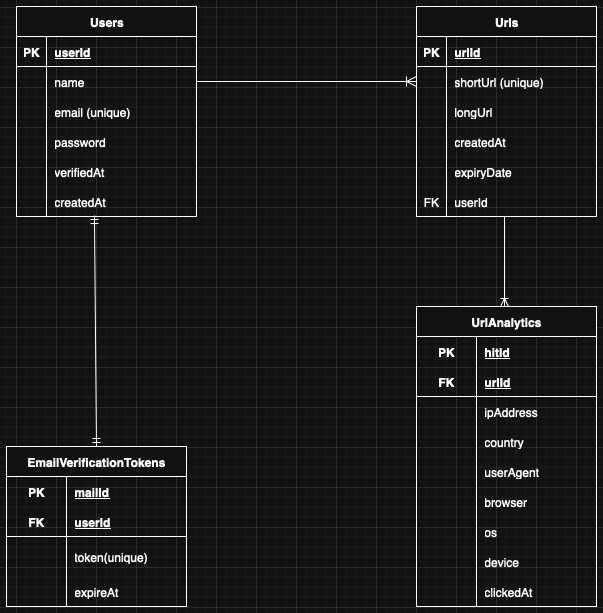
pagevamp/stuti-url-shortner keeps this draw.io diagram as docs/er.drawio.png. Above is the earlier version. Source tidied: cells renumbered, new cells last; positions are measured from the earlier drawing's top-left corner, leaving out a move shared by most shapes.
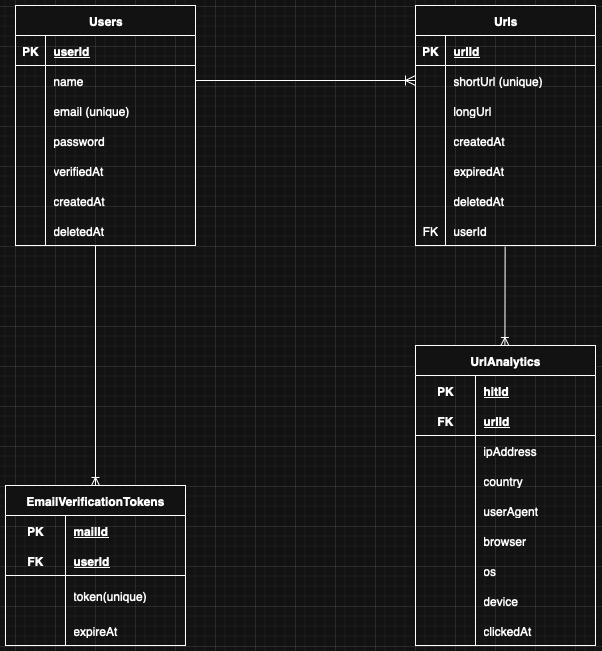
The same diagram one commit later.

Change to the diagram source:
```diff
@@ -3,7 +3,7 @@
     <mxCell id="0" />
     <mxCell id="1" parent="0" />
     <mxCell id="2" value="Users" style="shape=table;startSize=30;rowLines=0;fontStyle=1;align=center;html=1;" parent="1" vertex="1">
-      <mxGeometry x="10" width="180" height="210" as="geometry" />
+      <mxGeometry x="10" width="180" height="240" as="geometry" />
     </mxCell>
     <mxCell id="3" style="shape=tableRow;horizontal=0;startSize=0;swimlaneHead=0;swimlaneBody=0;fillColor=none;top=0;left=0;right=0;bottom=1;" parent="2" vertex="1">
       <mxGeometry y="30" width="180" height="30" as="geometry" />
@@ -59,8 +59,17 @@
     <mxCell id="20" value="createdAt" style="shape=partialRectangle;fillColor=none;top=0;left=0;bottom=0;right=0;align=left;spacingLeft=6;overflow=hidden;whiteSpace=wrap;html=1;" parent="18" vertex="1">
       <mxGeometry x="30" width="150" height="30" as="geometry" />
     </mxCell>
+    <mxCell id="84" style="shape=tableRow;horizontal=0;startSize=0;swimlaneHead=0;swimlaneBody=0;fillColor=none;top=0;left=0;right=0;bottom=0;" parent="2" vertex="1">
+      <mxGeometry y="210" width="180" height="30" as="geometry" />
+    </mxCell>
+    <mxCell id="85" style="shape=partialRectangle;fillColor=none;top=0;left=0;bottom=0;right=0;overflow=hidden;whiteSpace=wrap;html=1;" parent="84" vertex="1">
+      <mxGeometry width="30" height="30" as="geometry" />
+    </mxCell>
+    <mxCell id="86" value="deletedAt" style="shape=partialRectangle;fillColor=none;top=0;left=0;bottom=0;right=0;align=left;spacingLeft=6;overflow=hidden;whiteSpace=wrap;html=1;" parent="84" vertex="1">
+      <mxGeometry x="30" width="150" height="30" as="geometry" />
+    </mxCell>
     <mxCell id="21" value="Urls" style="shape=table;startSize=30;rowLines=0;fontStyle=1;align=center;html=1;" parent="1" vertex="1">
-      <mxGeometry x="410" width="180" height="210" as="geometry" />
+      <mxGeometry x="410" width="180" height="240" as="geometry" />
     </mxCell>
     <mxCell id="22" style="shape=tableRow;horizontal=0;startSize=0;swimlaneHead=0;swimlaneBody=0;fillColor=none;top=0;left=0;right=0;bottom=1;" parent="21" vertex="1">
       <mxGeometry y="30" width="180" height="30" as="geometry" />
@@ -104,11 +113,20 @@
     <mxCell id="35" style="shape=partialRectangle;fillColor=none;top=0;left=0;bottom=0;right=0;overflow=hidden;whiteSpace=wrap;html=1;" parent="34" vertex="1">
       <mxGeometry width="30" height="30" as="geometry" />
     </mxCell>
-    <mxCell id="36" value="expiryDate" style="shape=partialRectangle;fillColor=none;top=0;left=0;bottom=0;right=0;align=left;spacingLeft=6;overflow=hidden;whiteSpace=wrap;html=1;" parent="34" vertex="1">
+    <mxCell id="36" value="expiredAt" style="shape=partialRectangle;fillColor=none;top=0;left=0;bottom=0;right=0;align=left;spacingLeft=6;overflow=hidden;whiteSpace=wrap;html=1;" parent="34" vertex="1">
       <mxGeometry x="30" width="150" height="30" as="geometry" />
     </mxCell>
+    <mxCell id="87" style="shape=tableRow;horizontal=0;startSize=0;swimlaneHead=0;swimlaneBody=0;fillColor=none;top=0;left=0;right=0;bottom=0;" parent="21" vertex="1">
+      <mxGeometry y="180" width="180" height="30" as="geometry" />
+    </mxCell>
+    <mxCell id="88" style="shape=partialRectangle;fillColor=none;top=0;left=0;bottom=0;right=0;overflow=hidden;whiteSpace=wrap;html=1;" parent="87" vertex="1">
+      <mxGeometry width="30" height="30" as="geometry" />
+    </mxCell>
+    <mxCell id="89" value="deletedAt" style="shape=partialRectangle;fillColor=none;top=0;left=0;bottom=0;right=0;align=left;spacingLeft=6;overflow=hidden;whiteSpace=wrap;html=1;" parent="87" vertex="1">
+      <mxGeometry x="30" width="150" height="30" as="geometry" />
+    </mxCell>
     <mxCell id="37" style="shape=tableRow;horizontal=0;startSize=0;swimlaneHead=0;swimlaneBody=0;fillColor=none;points=[[0,0.5],[1,0.5]];portConstraint=eastwest;top=0;left=0;right=0;bottom=0;" parent="21" vertex="1">
-      <mxGeometry y="180" width="180" height="30" as="geometry" />
+      <mxGeometry y="210" width="180" height="30" as="geometry" />
     </mxCell>
     <mxCell id="38" value="FK" style="shape=partialRectangle;fillColor=none;top=0;left=0;bottom=0;right=0;overflow=hidden;whiteSpace=wrap;html=1;" parent="37" vertex="1">
       <mxGeometry width="30" height="30" as="geometry" />
@@ -120,7 +138,7 @@
       <mxGeometry relative="1" as="geometry" />
     </mxCell>
     <mxCell id="41" value="UrlAnalytics" style="shape=table;startSize=30;rowLines=0;fontStyle=1;align=center;html=1;whiteSpace=wrap;" parent="1" vertex="1">
-      <mxGeometry x="410" y="300" width="180" height="300" as="geometry" />
+      <mxGeometry x="410" y="340" width="180" height="300" as="geometry" />
     </mxCell>
     <mxCell id="42" style="shape=tableRow;horizontal=0;startSize=0;swimlaneHead=0;swimlaneBody=0;fillColor=none;top=0;left=0;right=0;bottom=0;html=1;" parent="41" vertex="1">
       <mxGeometry y="30" width="180" height="30" as="geometry" />
@@ -203,14 +221,13 @@
     <mxCell id="68" value="clickedAt" style="shape=partialRectangle;fillColor=none;top=0;left=0;bottom=0;right=0;align=left;spacingLeft=6;overflow=hidden;html=1;whiteSpace=wrap;" parent="66" vertex="1">
       <mxGeometry x="60" width="120" height="30" as="geometry" />
     </mxCell>
-    <mxCell id="69" style="fontSize=12;html=1;endArrow=ERoneToMany;rounded=0;" parent="1" edge="1">
+    <mxCell id="69" style="fontSize=12;html=1;endArrow=ERoneToMany;rounded=0;exitX=0.498;exitY=1.035;exitDx=0;exitDy=0;exitPerimeter=0;" parent="1" edge="1" source="37">
       <mxGeometry relative="1" as="geometry">
-        <mxPoint x="498" y="210" as="sourcePoint" />
-        <mxPoint x="498" y="300" as="targetPoint" />
+        <mxPoint x="499.4" y="340" as="targetPoint" />
       </mxGeometry>
     </mxCell>
     <mxCell id="70" value="EmailVerificationTokens" style="shape=table;startSize=30;rowLines=0;fontStyle=1;align=center;html=1;whiteSpace=wrap;" parent="1" vertex="1">
-      <mxGeometry y="440" width="180" height="160" as="geometry" />
+      <mxGeometry y="480" width="180" height="160" as="geometry" />
     </mxCell>
     <mxCell id="71" style="shape=tableRow;horizontal=0;startSize=0;swimlaneHead=0;swimlaneBody=0;fillColor=none;top=0;left=0;right=0;bottom=0;html=1;" parent="70" vertex="1">
       <mxGeometry y="30" width="180" height="30" as="geometry" />
@@ -248,8 +265,10 @@
     <mxCell id="82" value="expireAt" style="shape=partialRectangle;fillColor=none;top=0;left=0;bottom=0;right=0;align=left;spacingLeft=6;overflow=hidden;html=1;whiteSpace=wrap;" parent="80" vertex="1">
       <mxGeometry x="60" width="120" height="30" as="geometry" />
     </mxCell>
-    <mxCell id="83" style="fontSize=12;html=1;endArrow=ERmandOne;startArrow=ERmandOne;rounded=0;entryX=0.433;entryY=0.967;entryDx=0;entryDy=0;entryPerimeter=0;exitX=0.5;exitY=0;exitDx=0;exitDy=0;" parent="1" edge="1" source="70" target="18">
-      <mxGeometry relative="1" as="geometry" />
-    </mxCell>
+    <mxCell id="90" style="fontSize=12;html=1;endArrow=ERoneToMany;rounded=0;entryX=0.5;entryY=0;entryDx=0;entryDy=0;" parent="1" edge="1" target="70">
+      <mxGeometry relative="1" as="geometry">
+        <mxPoint x="90" y="240" as="sourcePoint" />
+      </mxGeometry>
+    </mxCell>
   </root>
 </mxGraphModel>
```
